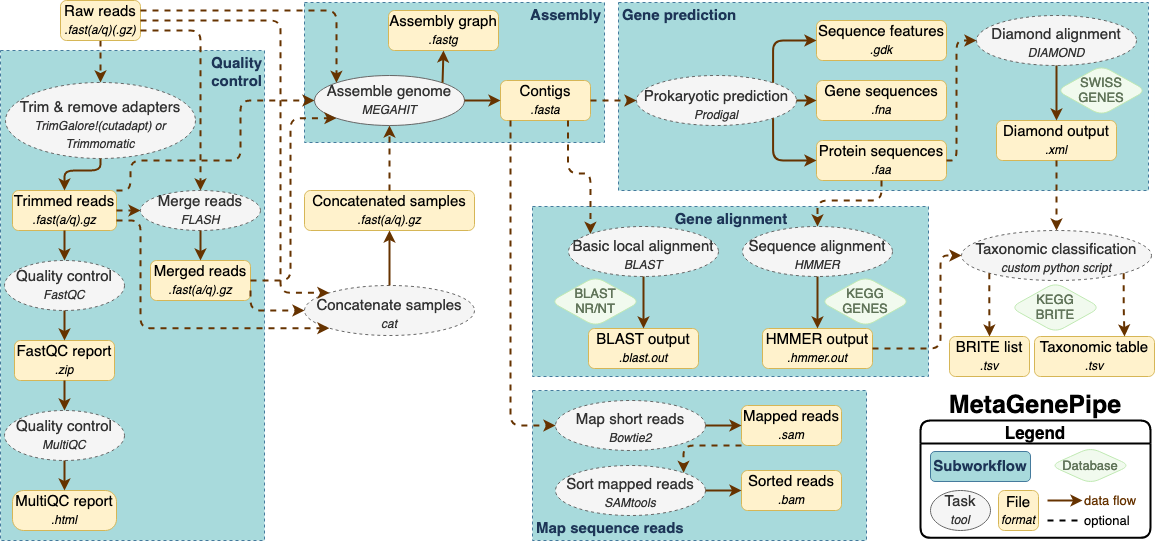
ParkvilleData/MetaGenePipe keeps this draw.io diagram as logo/MetaGenePipe.drawio.png. Above is the earlier version. Source tidied: cells renumbered, new cells last; positions are measured from the earlier drawing's top-left corner, leaving out a move shared by most shapes.
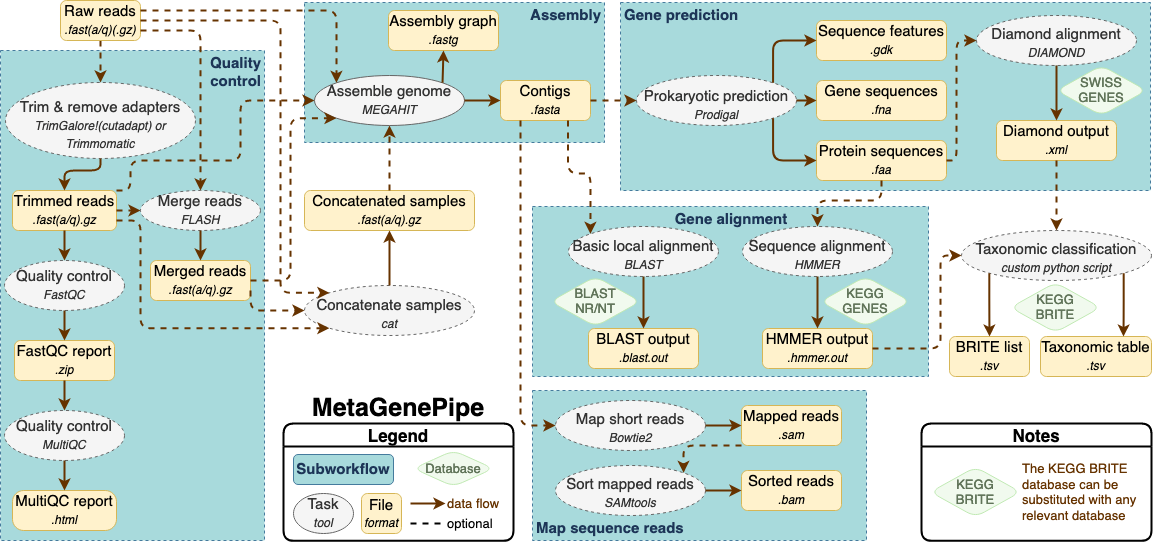
After the commit.

What changed in the source:
```diff
@@ -12,7 +12,7 @@
       <mxGeometry x="949" y="336" width="80" height="40" as="geometry" />
     </mxCell>
     <mxCell id="5" value="&lt;font&gt;&lt;font style=&quot;font-size: 15px&quot;&gt;Taxonomic table&lt;/font&gt;&lt;br&gt;&lt;i style=&quot;font-size: 12px&quot;&gt;.tsv&lt;/i&gt;&lt;br&gt;&lt;/font&gt;" style="rounded=1;whiteSpace=wrap;html=1;sketch=0;strokeColor=#d6b656;fillColor=#fff2cc;verticalAlign=middle;fontSize=15;" parent="1" vertex="1">
-      <mxGeometry x="1034" y="336" width="120" height="40" as="geometry" />
+      <mxGeometry x="1040" y="336" width="111" height="40" as="geometry" />
     </mxCell>
     <mxCell id="6" value="Text" style="text;html=1;align=center;verticalAlign=middle;fillColor=none;strokeColor=none;rounded=0;dashed=1;fontSize=15;" parent="1" vertex="1">
       <mxGeometry x="670" y="280" width="40" height="20" as="geometry" />
@@ -26,6 +26,15 @@
     <mxCell id="9" value="dfgdfg" style="text;html=1;align=center;verticalAlign=middle;fillColor=none;strokeColor=none;rounded=0;dashed=1;fontSize=15;" parent="1" vertex="1">
       <mxGeometry x="660" y="280" width="60" height="20" as="geometry" />
     </mxCell>
+    <mxCell id="102" value="Notes" style="swimlane;rounded=1;sketch=0;fontSize=17;fontColor=#000000;strokeWidth=2;fillColor=none;verticalAlign=middle;fontStyle=1;shadow=0;" parent="1" vertex="1">
+      <mxGeometry x="921" y="423" width="230" height="117.4" as="geometry" />
+    </mxCell>
+    <mxCell id="103" value="KEGG&lt;br&gt;BRITE" style="rhombus;whiteSpace=wrap;html=1;align=center;rounded=1;fillColor=#F1FAEE;strokeColor=#c0e9b3;fontColor=#607459;fontSize=13;" parent="102" vertex="1">
+      <mxGeometry x="9" y="43.5" width="90" height="50" as="geometry" />
+    </mxCell>
+    <mxCell id="104" value="The KEGG BRITE database can be substituted with any relevant database" style="text;html=1;strokeColor=none;fillColor=none;align=left;verticalAlign=middle;whiteSpace=wrap;rounded=0;fontSize=13;fontColor=#663300;" parent="102" vertex="1">
+      <mxGeometry x="99" y="60" width="131" height="17" as="geometry" />
+    </mxCell>
     <mxCell id="10" value="align" parent="0" />
     <mxCell id="11" value="&lt;b style=&quot;font-size: 15px&quot;&gt;Gene alignment&lt;br style=&quot;font-size: 15px&quot;&gt;&lt;/b&gt;" style="whiteSpace=wrap;html=1;rounded=0;sketch=0;fontColor=#1D3557;strokeColor=#457B9D;fillColor=#A8DADC;verticalAlign=top;fontSize=15;align=center;spacingLeft=2;spacingTop=-2;dashed=1;" parent="10" vertex="1">
       <mxGeometry x="532" y="206" width="396" height="170" as="geometry" />
@@ -50,7 +59,7 @@
     </mxCell>
     <mxCell id="18" value="predict" parent="0" />
     <mxCell id="19" value="&lt;b style=&quot;font-size: 15px&quot;&gt;Gene prediction&lt;br style=&quot;font-size: 15px&quot;&gt;&lt;/b&gt;" style="whiteSpace=wrap;html=1;rounded=0;sketch=0;fontColor=#1D3557;strokeColor=#457B9D;fillColor=#A8DADC;verticalAlign=top;fontSize=15;align=left;spacingLeft=2;spacingTop=-2;dashed=1;" parent="18" vertex="1">
-      <mxGeometry x="618" y="2" width="530" height="188" as="geometry" />
+      <mxGeometry x="620" y="2" width="530" height="188" as="geometry" />
     </mxCell>
     <mxCell id="20" value="&lt;font&gt;Prokaryotic prediction&lt;br&gt;&lt;span style=&quot;font-size: 12px&quot;&gt;&lt;i&gt;Prodigal&lt;/i&gt;&lt;/span&gt;&lt;br style=&quot;font-size: 15px&quot;&gt;&lt;/font&gt;" style="ellipse;rounded=1;whiteSpace=wrap;html=1;sketch=0;fontColor=#333333;strokeColor=#666666;fillColor=#f5f5f5;verticalAlign=middle;fontSize=15;dashed=1;spacingTop=10;" parent="18" vertex="1">
       <mxGeometry x="636" y="75" width="160" height="50" as="geometry" />
@@ -97,7 +106,7 @@
       <mxGeometry x="304" y="190" width="170" height="40" as="geometry" />
     </mxCell>
     <mxCell id="36" value="qc" parent="0" />
-    <mxCell id="37" value="&lt;b style=&quot;font-size: 15px&quot;&gt;Quality&lt;br&gt;control&lt;br style=&quot;font-size: 15px&quot;&gt;&lt;/b&gt;" style="whiteSpace=wrap;html=1;rounded=0;sketch=0;fontColor=#1D3557;strokeColor=#457B9D;fillColor=#A8DADC;verticalAlign=top;fontSize=15;align=right;glass=0;spacingTop=-2;spacingLeft=2;dashed=1;" parent="36" vertex="1">
+    <mxCell id="37" value="&lt;b style=&quot;font-size: 15px&quot;&gt;Quality&lt;br&gt;control&lt;br style=&quot;font-size: 15px&quot;&gt;&lt;/b&gt;" style="whiteSpace=wrap;html=1;rounded=0;sketch=0;fontColor=#1D3557;strokeColor=#457B9D;fillColor=#A8DADC;verticalAlign=top;fontSize=15;align=right;glass=0;spacingTop=-2;spacingLeft=2;dashed=1;spacingRight=1;" parent="36" vertex="1">
       <mxGeometry y="50" width="264" height="490" as="geometry" />
     </mxCell>
     <mxCell id="38" value="&lt;font&gt;Trim &amp;amp; remove adapters&lt;br&gt;&lt;i&gt;&lt;font style=&quot;font-size: 12px&quot;&gt;TrimGalore!(cutadapt) or Trimmomatic&lt;/font&gt;&lt;/i&gt;&lt;br style=&quot;font-size: 15px&quot;&gt;&lt;/font&gt;" style="ellipse;rounded=1;whiteSpace=wrap;html=1;sketch=0;fontColor=#333333;strokeColor=#666666;fillColor=#f5f5f5;verticalAlign=middle;fontSize=15;spacingTop=10;dashed=1;" parent="36" vertex="1">
@@ -264,11 +273,13 @@
         </Array>
       </mxGeometry>
     </mxCell>
-    <mxCell id="79" style="edgeStyle=orthogonalEdgeStyle;rounded=1;jettySize=auto;html=1;exitX=0;exitY=1;exitDx=0;exitDy=0;entryX=0.5;entryY=0;entryDx=0;entryDy=0;shadow=0;fontSize=15;strokeColor=#663300;strokeWidth=2;dashed=1;" parent="46" edge="1" source="2" target="4">
+    <mxCell id="79" style="edgeStyle=orthogonalEdgeStyle;rounded=1;jettySize=auto;html=1;exitX=0;exitY=1;exitDx=0;exitDy=0;entryX=0.5;entryY=0;entryDx=0;entryDy=0;shadow=0;fontSize=15;strokeColor=#663300;strokeWidth=2;" parent="46" edge="1" source="2" target="4">
       <mxGeometry relative="1" as="geometry" />
     </mxCell>
-    <mxCell id="80" style="edgeStyle=orthogonalEdgeStyle;rounded=1;jettySize=auto;html=1;exitX=1;exitY=1;exitDx=0;exitDy=0;entryX=0.75;entryY=0;entryDx=0;entryDy=0;shadow=0;fontSize=15;strokeColor=#663300;strokeWidth=2;dashed=1;" parent="46" edge="1" source="2" target="5">
-      <mxGeometry relative="1" as="geometry" />
+    <mxCell id="80" style="edgeStyle=orthogonalEdgeStyle;rounded=1;jettySize=auto;html=1;exitX=1;exitY=1;exitDx=0;exitDy=0;shadow=0;fontSize=15;strokeColor=#663300;strokeWidth=2;" parent="46" edge="1" source="2">
+      <mxGeometry relative="1" as="geometry">
+        <mxPoint x="1123" y="336" as="targetPoint" />
+      </mxGeometry>
     </mxCell>
     <mxCell id="81" style="edgeStyle=orthogonalEdgeStyle;rounded=1;jettySize=auto;html=1;exitX=0.5;exitY=0;exitDx=0;exitDy=0;entryX=0.5;entryY=1;entryDx=0;entryDy=0;strokeColor=#663300;strokeWidth=2;" parent="46" edge="1" source="34" target="35">
       <mxGeometry relative="1" as="geometry" />
@@ -310,7 +321,7 @@
       <mxGeometry relative="1" as="geometry" />
     </mxCell>
     <mxCell id="89" style="group;" parent="46" vertex="1">
-      <mxGeometry x="920" y="390" width="230" height="147.4" as="geometry" />
+      <mxGeometry x="283" y="393" width="230" height="147.4" as="geometry" />
     </mxCell>
     <mxCell id="90" style="edgeStyle=orthogonalEdgeStyle;rounded=1;sketch=0;orthogonalLoop=1;jettySize=auto;html=1;exitX=0.5;exitY=1;exitDx=0;exitDy=0;fontSize=15;fontColor=#1D3557;endArrow=classic;endFill=1;strokeColor=#663300;strokeWidth=2;fillColor=#A8DADC;shadow=0;" parent="89" edge="1">
       <mxGeometry relative="1" as="geometry">
@@ -356,9 +367,10 @@
     </mxCell>
     <mxCell id="101" style="edgeStyle=orthogonalEdgeStyle;rounded=1;jettySize=auto;html=1;entryX=0;entryY=0.5;entryDx=0;entryDy=0;dashed=1;fontColor=#663300;strokeColor=#663300;strokeWidth=2;" parent="46" edge="1" target="32">
       <mxGeometry relative="1" as="geometry">
-        <mxPoint x="510" y="120" as="sourcePoint" />
+        <mxPoint x="520" y="120" as="sourcePoint" />
         <Array as="points">
-          <mxPoint x="510" y="425" />
+          <mxPoint x="520" y="120" />
+          <mxPoint x="520" y="425" />
         </Array>
       </mxGeometry>
     </mxCell>
```
